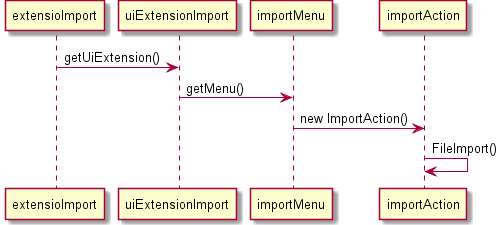
The PlantUML diagram src/csheets/userstories/us071/doc-files/us071_design1.png in BeatrizSeabra/Project_Excel_Java, before a commit. Source of this version:
```plantuml
@startuml doc-files/us071_design1.png
  extensioImport->uiExtensionImport: getUiExtension()
  uiExtensionImport->importMenu: getMenu()
  importMenu->importAction: new ImportAction()
  importAction->importAction: FileImport()

@enduml
```
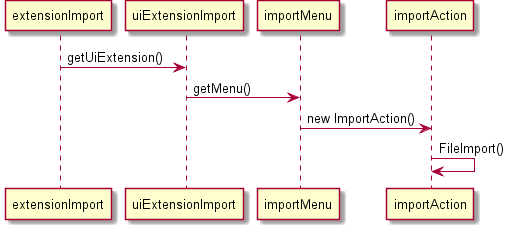
Later version of the same file.

Diff of the diagram source:
```diff
@@ -1,5 +1,5 @@
 @startuml doc-files/us071_design1.png
-  extensioImport->uiExtensionImport: getUiExtension()
+  extensionImport->uiExtensionImport: getUiExtension()
   uiExtensionImport->importMenu: getMenu()
   importMenu->importAction: new ImportAction()
   importAction->importAction: FileImport()
```
